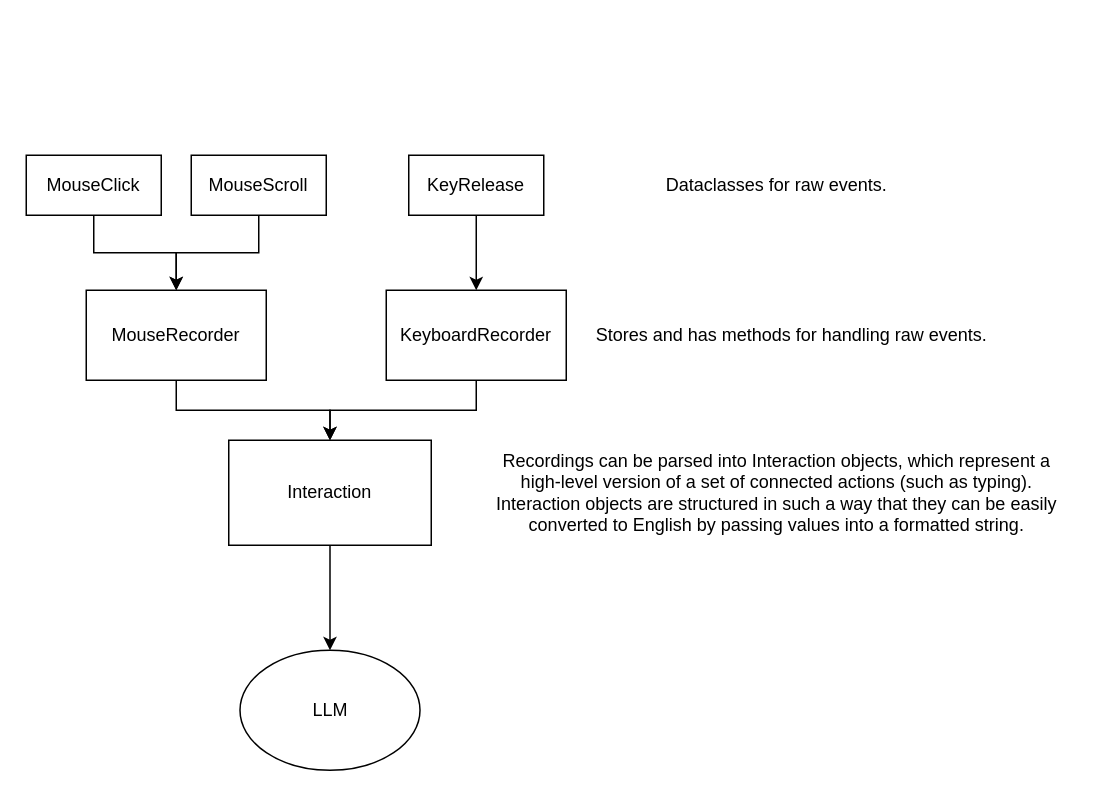
The draw.io diagram Diagram plan.drawio in SimonsBrother/ScreenWisdom, before the edit. Source tidied: cells renumbered, new cells numbered last; positions are measured from the earlier drawing's top-left corner, leaving out a move shared by most shapes. Both pictures are drawn from the tidied source at 150%, with x=0, y=0 at pixel (26, 154).
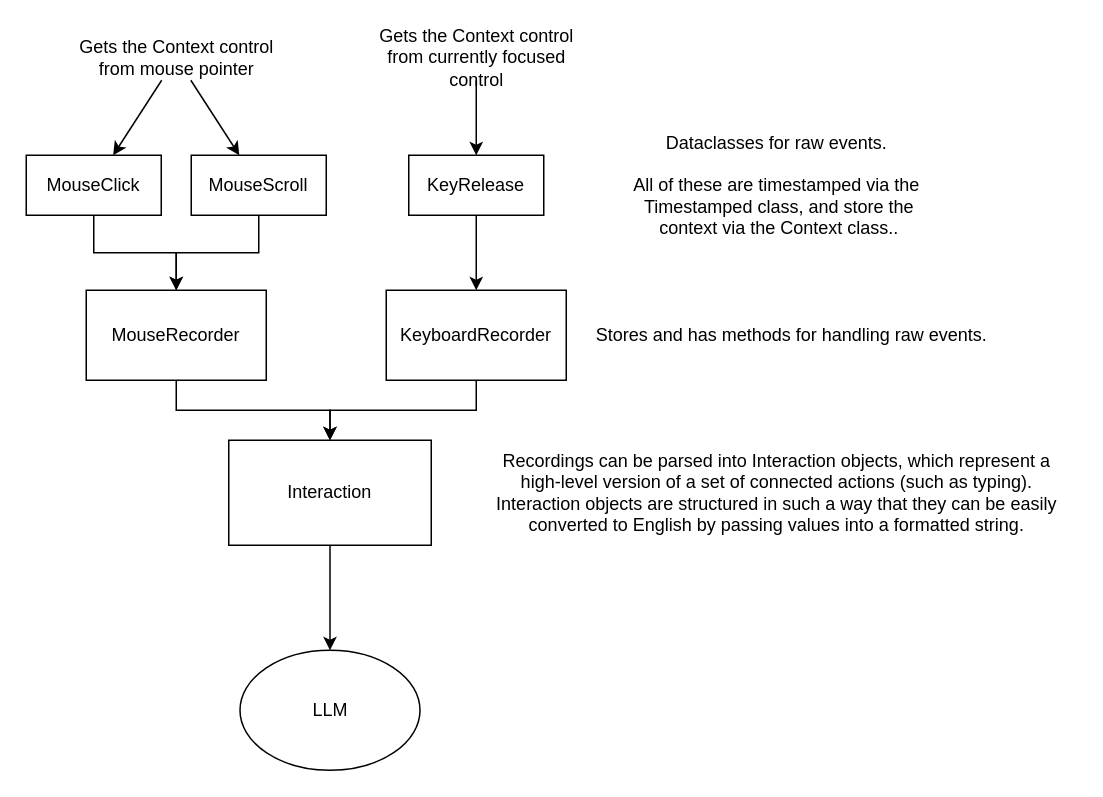
The same diagram, later.

Unchanged cells that the change refers to:
```xml
<mxCell id="7" value="MouseClick" style="rounded=0;whiteSpace=wrap;html=1;" parent="1" vertex="1">
  <mxGeometry width="90" height="40" as="geometry" />
</mxCell>
<mxCell id="9" value="MouseScroll" style="rounded=0;whiteSpace=wrap;html=1;" parent="1" vertex="1">
  <mxGeometry x="110" width="90" height="40" as="geometry" />
</mxCell>
<mxCell id="11" value="KeyRelease" style="rounded=0;whiteSpace=wrap;html=1;" parent="1" vertex="1">
  <mxGeometry x="255" width="90" height="40" as="geometry" />
</mxCell>
```

What changed in the source:
```diff
@@
-    <mxCell id="15" value="Dataclasses for raw events.&lt;br&gt;" style="text;html=1;align=center;verticalAlign=middle;strokeColor=none;fillColor=none;" parent="1" vertex="1">
-      <mxGeometry x="415" y="5" width="170" height="30" as="geometry" />
+    <mxCell id="15" value="Dataclasses for raw events.&lt;br&gt;&lt;br&gt;All of these are timestamped via the&lt;br&gt;&amp;nbsp;Timestamped class, and store the&lt;br&gt;&amp;nbsp;context via the Context class.." style="text;html=1;align=center;verticalAlign=middle;strokeColor=none;fillColor=none;" parent="1" vertex="1">
+      <mxGeometry x="395" y="-25" width="210" height="90" as="geometry" />
     </mxCell>
@@
+    <mxCell id="18" style="rounded=0;jettySize=auto;html=1;" parent="1" edge="1" source="20" target="7">
+      <mxGeometry relative="1" as="geometry" />
+    </mxCell>
+    <mxCell id="19" style="rounded=0;jettySize=auto;html=1;" parent="1" edge="1" source="20" target="9">
+      <mxGeometry relative="1" as="geometry" />
+    </mxCell>
+    <mxCell id="20" value="Gets the Context control from mouse pointer" style="text;html=1;strokeColor=none;fillColor=none;align=center;verticalAlign=middle;whiteSpace=wrap;rounded=0;" parent="1" vertex="1">
+      <mxGeometry x="27.5" y="-80" width="145" height="30" as="geometry" />
+    </mxCell>
+    <mxCell id="21" style="edgeStyle=orthogonalEdgeStyle;rounded=0;jettySize=auto;html=1;" parent="1" edge="1" source="22" target="11">
+      <mxGeometry relative="1" as="geometry" />
+    </mxCell>
+    <mxCell id="22" value="Gets the Context control from currently focused control" style="text;html=1;strokeColor=none;fillColor=none;align=center;verticalAlign=middle;whiteSpace=wrap;rounded=0;" parent="1" vertex="1">
+      <mxGeometry x="227.5" y="-80" width="145" height="30" as="geometry" />
+    </mxCell>
```
